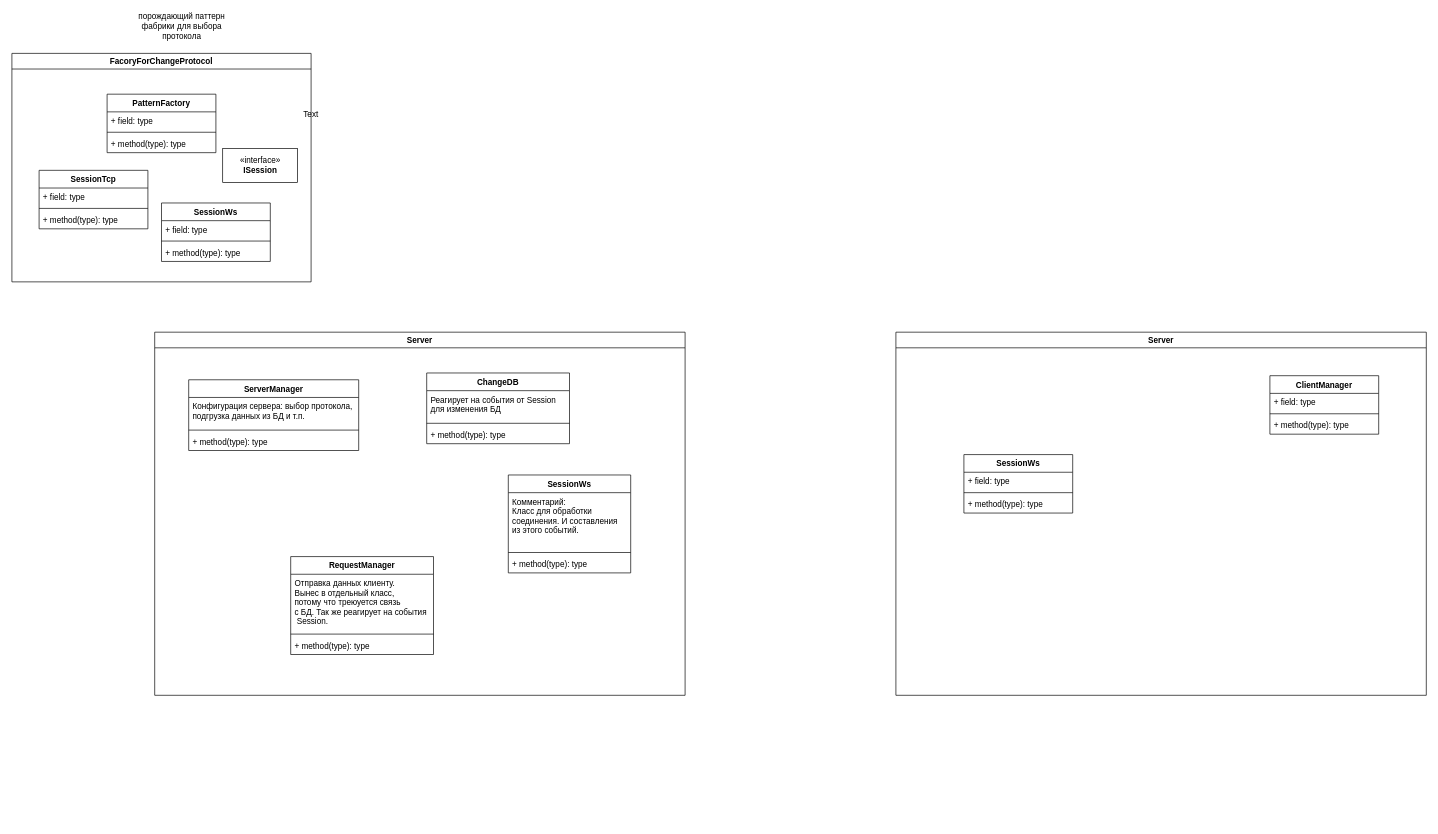
The draw.io diagram HelpData/DiagramOfClasses.drawio in Falet/ChatApplication, before the edit. Source tidied: cells renumbered, new cells numbered last; positions are measured from the earlier drawing's top-left corner, leaving out a move shared by most shapes. Both pictures are drawn from the tidied source at 68%, with x=0, y=0 at pixel (12, 19).
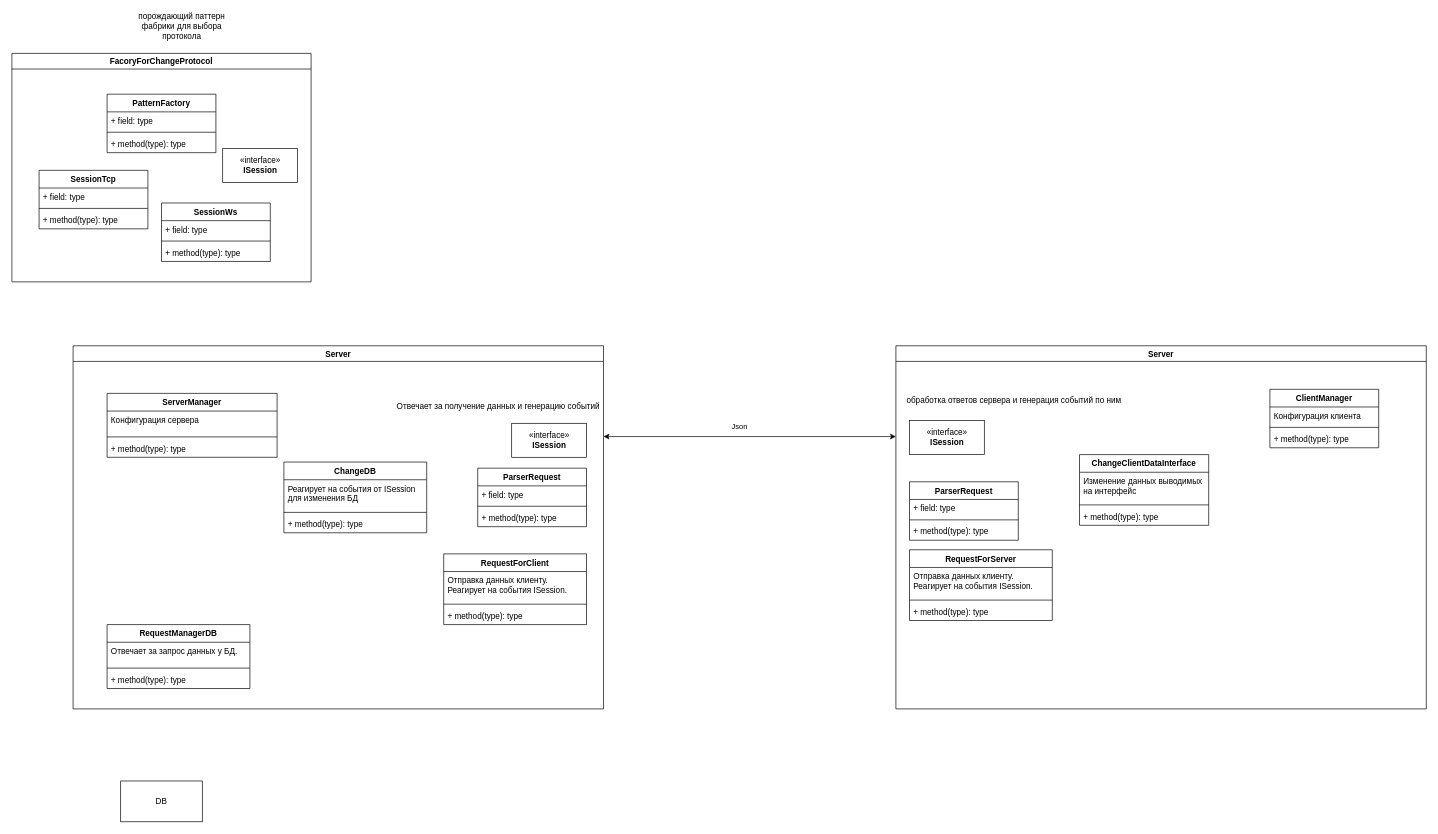
After the change.

The change refers to these unchanged cells:
```xml
<mxCell id="34" value="ClientManager" style="swimlane;fontStyle=1;align=center;verticalAlign=top;horizontal=1;startSize=26;" parent="33" vertex="1">
  <mxGeometry x="550" y="64" width="160" height="86" as="geometry" />
</mxCell>
```

What changed in the source:
```diff
@@
     <mxCell id="2" value="Server" style="swimlane;" parent="1" vertex="1">
-      <mxGeometry x="210" y="460" width="780" height="534" as="geometry" />
+      <mxGeometry x="90" y="480" width="780" height="534" as="geometry" />
     </mxCell>
+    <mxCell id="7" value="ServerManager" style="swimlane;fontStyle=1;align=center;verticalAlign=top;horizontal=1;startSize=26;" parent="2" vertex="1">
+      <mxGeometry x="50" y="70" width="250" height="94" as="geometry" />
+    </mxCell>
+    <mxCell id="8" value="Конфигурация сервера" style="text;strokeColor=none;fillColor=none;align=left;verticalAlign=top;spacingLeft=4;spacingRight=4;overflow=hidden;" parent="7" vertex="1">
+      <mxGeometry y="26" width="250" height="34" as="geometry" />
+    </mxCell>
+    <mxCell id="9" style="line;strokeWidth=1;fillColor=none;align=left;verticalAlign=middle;spacingTop=-1;spacingLeft=3;spacingRight=3;labelPosition=right;" parent="7" vertex="1">
+      <mxGeometry y="60" width="250" height="8" as="geometry" />
+    </mxCell>
+    <mxCell id="10" value="+ method(type): type" style="text;strokeColor=none;fillColor=none;align=left;verticalAlign=top;spacingLeft=4;spacingRight=4;overflow=hidden;" parent="7" vertex="1">
+      <mxGeometry y="68" width="250" height="26" as="geometry" />
+    </mxCell>
+    <mxCell id="44" value="«interface»&lt;br&gt;&lt;b&gt;ISession&lt;/b&gt;" style="html=1;" parent="2" vertex="1">
+      <mxGeometry x="645" y="114" width="110" height="50" as="geometry" />
+    </mxCell>
     <mxCell id="3" value="ChangeDB" style="swimlane;fontStyle=1;align=center;verticalAlign=top;horizontal=1;startSize=26;" parent="2" vertex="1">
-      <mxGeometry x="400" y="60" width="210" height="104" as="geometry" />
+      <mxGeometry x="310" y="171" width="210" height="104" as="geometry" />
     </mxCell>
-    <mxCell id="4" value="Реагирует на события от Session&#10;для изменения БД" style="text;strokeColor=none;fillColor=none;align=left;verticalAlign=top;spacingLeft=4;spacingRight=4;overflow=hidden;" parent="3" vertex="1">
+    <mxCell id="4" value="Реагирует на события от ISession&#10;для изменения БД" style="text;strokeColor=none;fillColor=none;align=left;verticalAlign=top;spacingLeft=4;spacingRight=4;overflow=hidden;" parent="3" vertex="1">
       <mxGeometry y="26" width="210" height="44" as="geometry" />
     </mxCell>
@@
-    <mxCell id="7" value="ServerManager" style="swimlane;fontStyle=1;align=center;verticalAlign=top;horizontal=1;startSize=26;" parent="2" vertex="1">
-      <mxGeometry x="50" y="70" width="250" height="104" as="geometry" />
-    </mxCell>
-    <mxCell id="8" value="Конфигурация сервера: выбор протокола,&#10;подгрузка данных из БД и т.п." style="text;strokeColor=none;fillColor=none;align=left;verticalAlign=top;spacingLeft=4;spacingRight=4;overflow=hidden;" parent="7" vertex="1">
-      <mxGeometry y="26" width="250" height="44" as="geometry" />
-    </mxCell>
-    <mxCell id="9" style="line;strokeWidth=1;fillColor=none;align=left;verticalAlign=middle;spacingTop=-1;spacingLeft=3;spacingRight=3;labelPosition=right;" parent="7" vertex="1">
-      <mxGeometry y="70" width="250" height="8" as="geometry" />
-    </mxCell>
-    <mxCell id="10" value="+ method(type): type" style="text;strokeColor=none;fillColor=none;align=left;verticalAlign=top;spacingLeft=4;spacingRight=4;overflow=hidden;" parent="7" vertex="1">
-      <mxGeometry y="78" width="250" height="26" as="geometry" />
-    </mxCell>
-    <mxCell id="11" value="SessionWs" style="swimlane;fontStyle=1;align=center;verticalAlign=top;horizontal=1;startSize=26;" parent="2" vertex="1">
-      <mxGeometry x="520" y="210" width="180" height="144" as="geometry" />
-    </mxCell>
-    <mxCell id="12" value="Комментарий:&#10;Класс для обработки &#10;соединения. И составления&#10;из этого событий." style="text;strokeColor=none;fillColor=none;align=left;verticalAlign=top;spacingLeft=4;spacingRight=4;overflow=hidden;" parent="11" vertex="1">
-      <mxGeometry y="26" width="180" height="84" as="geometry" />
-    </mxCell>
-    <mxCell id="13" style="line;strokeWidth=1;fillColor=none;align=left;verticalAlign=middle;spacingTop=-1;spacingLeft=3;spacingRight=3;labelPosition=right;" parent="11" vertex="1">
-      <mxGeometry y="110" width="180" height="8" as="geometry" />
-    </mxCell>
-    <mxCell id="14" value="+ method(type): type" style="text;strokeColor=none;fillColor=none;align=left;verticalAlign=top;spacingLeft=4;spacingRight=4;overflow=hidden;" parent="11" vertex="1">
-      <mxGeometry y="118" width="180" height="26" as="geometry" />
-    </mxCell>
+    <mxCell id="45" value="ParserRequest" style="swimlane;fontStyle=1;align=center;verticalAlign=top;horizontal=1;startSize=26;" parent="2" vertex="1">
+      <mxGeometry x="595" y="180" width="160" height="86" as="geometry" />
+    </mxCell>
+    <mxCell id="46" value="+ field: type" style="text;strokeColor=none;fillColor=none;align=left;verticalAlign=top;spacingLeft=4;spacingRight=4;overflow=hidden;" parent="45" vertex="1">
+      <mxGeometry y="26" width="160" height="26" as="geometry" />
+    </mxCell>
+    <mxCell id="47" style="line;strokeWidth=1;fillColor=none;align=left;verticalAlign=middle;spacingTop=-1;spacingLeft=3;spacingRight=3;labelPosition=right;" parent="45" vertex="1">
+      <mxGeometry y="52" width="160" height="8" as="geometry" />
+    </mxCell>
+    <mxCell id="48" value="+ method(type): type" style="text;strokeColor=none;fillColor=none;align=left;verticalAlign=top;spacingLeft=4;spacingRight=4;overflow=hidden;" parent="45" vertex="1">
+      <mxGeometry y="60" width="160" height="26" as="geometry" />
+    </mxCell>
+    <mxCell id="49" value="RequestForClient" style="swimlane;fontStyle=1;align=center;verticalAlign=top;horizontal=1;startSize=26;" parent="2" vertex="1">
+      <mxGeometry x="545" y="306" width="210" height="104" as="geometry" />
+    </mxCell>
+    <mxCell id="50" value="Отправка данных клиенту. &#10;Реагирует на события ISession." style="text;strokeColor=none;fillColor=none;align=left;verticalAlign=top;spacingLeft=4;spacingRight=4;overflow=hidden;" parent="49" vertex="1">
+      <mxGeometry y="26" width="210" height="44" as="geometry" />
+    </mxCell>
+    <mxCell id="51" style="line;strokeWidth=1;fillColor=none;align=left;verticalAlign=middle;spacingTop=-1;spacingLeft=3;spacingRight=3;labelPosition=right;" parent="49" vertex="1">
+      <mxGeometry y="70" width="210" height="8" as="geometry" />
+    </mxCell>
+    <mxCell id="52" value="+ method(type): type" style="text;strokeColor=none;fillColor=none;align=left;verticalAlign=top;spacingLeft=4;spacingRight=4;overflow=hidden;" parent="49" vertex="1">
+      <mxGeometry y="78" width="210" height="26" as="geometry" />
+    </mxCell>
-    <mxCell id="15" value="RequestManager" style="swimlane;fontStyle=1;align=center;verticalAlign=top;horizontal=1;startSize=26;" parent="2" vertex="1">
-      <mxGeometry x="200" y="330" width="210" height="144" as="geometry" />
+    <mxCell id="15" value="RequestManagerDB" style="swimlane;fontStyle=1;align=center;verticalAlign=top;horizontal=1;startSize=26;" parent="2" vertex="1">
+      <mxGeometry x="50" y="410" width="210" height="94" as="geometry" />
     </mxCell>
-    <mxCell id="16" value="Отправка данных клиенту.&#10;Вынес в отдельный класс, &#10;потому что треюуется связь &#10;с БД. Так же реагирует на события&#10; Session." style="text;strokeColor=none;fillColor=none;align=left;verticalAlign=top;spacingLeft=4;spacingRight=4;overflow=hidden;" parent="15" vertex="1">
-      <mxGeometry y="26" width="210" height="84" as="geometry" />
+    <mxCell id="16" value="Отвечает за запрос данных у БД." style="text;strokeColor=none;fillColor=none;align=left;verticalAlign=top;spacingLeft=4;spacingRight=4;overflow=hidden;" parent="15" vertex="1">
+      <mxGeometry y="26" width="210" height="34" as="geometry" />
     </mxCell>
     <mxCell id="17" style="line;strokeWidth=1;fillColor=none;align=left;verticalAlign=middle;spacingTop=-1;spacingLeft=3;spacingRight=3;labelPosition=right;" parent="15" vertex="1">
-      <mxGeometry y="110" width="210" height="8" as="geometry" />
+      <mxGeometry y="60" width="210" height="8" as="geometry" />
     </mxCell>
     <mxCell id="18" value="+ method(type): type" style="text;strokeColor=none;fillColor=none;align=left;verticalAlign=top;spacingLeft=4;spacingRight=4;overflow=hidden;" parent="15" vertex="1">
-      <mxGeometry y="118" width="210" height="26" as="geometry" />
+      <mxGeometry y="68" width="210" height="26" as="geometry" />
     </mxCell>
+    <mxCell id="53" value="Отвечает за получение данных и генерацию событий" style="text;html=1;align=center;verticalAlign=middle;" parent="2" vertex="1">
+      <mxGeometry x="470" y="80" width="310" height="20" as="geometry" />
+    </mxCell>
@@
     <mxCell id="33" value="Server" style="swimlane;" parent="1" vertex="1">
-      <mxGeometry x="1300" y="460" width="780" height="534" as="geometry" />
+      <mxGeometry x="1300" y="480" width="780" height="534" as="geometry" />
     </mxCell>
@@
-    <mxCell id="35" value="+ field: type" style="text;strokeColor=none;fillColor=none;align=left;verticalAlign=top;spacingLeft=4;spacingRight=4;overflow=hidden;" parent="34" vertex="1">
+    <mxCell id="35" value="Конфигурация клиента" style="text;strokeColor=none;fillColor=none;align=left;verticalAlign=top;spacingLeft=4;spacingRight=4;overflow=hidden;" parent="34" vertex="1">
       <mxGeometry y="26" width="160" height="26" as="geometry" />
     </mxCell>
@@
+    <mxCell id="54" value="«interface»&lt;br&gt;&lt;b&gt;ISession&lt;/b&gt;" style="html=1;" parent="33" vertex="1">
+      <mxGeometry x="20" y="110" width="110" height="50" as="geometry" />
+    </mxCell>
+    <mxCell id="55" value="обработка ответов сервера и генерация событий по ним&amp;nbsp;" style="text;html=1;align=center;verticalAlign=middle;" parent="33" vertex="1">
+      <mxGeometry x="10" y="70" width="330" height="20" as="geometry" />
+    </mxCell>
-    <mxCell id="38" value="SessionWs" style="swimlane;fontStyle=1;align=center;verticalAlign=top;horizontal=1;startSize=26;" parent="33" vertex="1">
-      <mxGeometry x="100" y="180" width="160" height="86" as="geometry" />
+    <mxCell id="38" value="ChangeClientDataInterface" style="swimlane;fontStyle=1;align=center;verticalAlign=top;horizontal=1;startSize=26;" parent="33" vertex="1">
+      <mxGeometry x="270" y="160" width="190" height="104" as="geometry" />
     </mxCell>
-    <mxCell id="39" value="+ field: type" style="text;strokeColor=none;fillColor=none;align=left;verticalAlign=top;spacingLeft=4;spacingRight=4;overflow=hidden;" parent="38" vertex="1">
-      <mxGeometry y="26" width="160" height="26" as="geometry" />
+    <mxCell id="39" value="Изменение данных выводимых &#10;на интерфейс" style="text;strokeColor=none;fillColor=none;align=left;verticalAlign=top;spacingLeft=4;spacingRight=4;overflow=hidden;" parent="38" vertex="1">
+      <mxGeometry y="26" width="190" height="44" as="geometry" />
     </mxCell>
     <mxCell id="40" style="line;strokeWidth=1;fillColor=none;align=left;verticalAlign=middle;spacingTop=-1;spacingLeft=3;spacingRight=3;labelPosition=right;" parent="38" vertex="1">
-      <mxGeometry y="52" width="160" height="8" as="geometry" />
+      <mxGeometry y="70" width="190" height="8" as="geometry" />
     </mxCell>
     <mxCell id="41" value="+ method(type): type" style="text;strokeColor=none;fillColor=none;align=left;verticalAlign=top;spacingLeft=4;spacingRight=4;overflow=hidden;" parent="38" vertex="1">
-      <mxGeometry y="60" width="160" height="26" as="geometry" />
+      <mxGeometry y="78" width="190" height="26" as="geometry" />
     </mxCell>
-    <mxCell id="42" value="Text" style="text;html=1;strokeColor=none;fillColor=none;align=center;verticalAlign=middle;whiteSpace=wrap;rounded=0;" parent="1" vertex="1">
-      <mxGeometry x="420" y="130" width="40" height="20" as="geometry" />
-    </mxCell>
+    <mxCell id="56" value="ParserRequest" style="swimlane;fontStyle=1;align=center;verticalAlign=top;horizontal=1;startSize=26;" parent="33" vertex="1">
+      <mxGeometry x="20" y="200" width="160" height="86" as="geometry" />
+    </mxCell>
+    <mxCell id="57" value="+ field: type" style="text;strokeColor=none;fillColor=none;align=left;verticalAlign=top;spacingLeft=4;spacingRight=4;overflow=hidden;" parent="56" vertex="1">
+      <mxGeometry y="26" width="160" height="26" as="geometry" />
+    </mxCell>
+    <mxCell id="58" style="line;strokeWidth=1;fillColor=none;align=left;verticalAlign=middle;spacingTop=-1;spacingLeft=3;spacingRight=3;labelPosition=right;" parent="56" vertex="1">
+      <mxGeometry y="52" width="160" height="8" as="geometry" />
+    </mxCell>
+    <mxCell id="59" value="+ method(type): type" style="text;strokeColor=none;fillColor=none;align=left;verticalAlign=top;spacingLeft=4;spacingRight=4;overflow=hidden;" parent="56" vertex="1">
+      <mxGeometry y="60" width="160" height="26" as="geometry" />
+    </mxCell>
+    <mxCell id="60" value="RequestForServer" style="swimlane;fontStyle=1;align=center;verticalAlign=top;horizontal=1;startSize=26;" parent="33" vertex="1">
+      <mxGeometry x="20" y="300" width="210" height="104" as="geometry" />
+    </mxCell>
+    <mxCell id="61" value="Отправка данных клиенту. &#10;Реагирует на события ISession." style="text;strokeColor=none;fillColor=none;align=left;verticalAlign=top;spacingLeft=4;spacingRight=4;overflow=hidden;" parent="60" vertex="1">
+      <mxGeometry y="26" width="210" height="44" as="geometry" />
+    </mxCell>
+    <mxCell id="62" style="line;strokeWidth=1;fillColor=none;align=left;verticalAlign=middle;spacingTop=-1;spacingLeft=3;spacingRight=3;labelPosition=right;" parent="60" vertex="1">
+      <mxGeometry y="70" width="210" height="8" as="geometry" />
+    </mxCell>
+    <mxCell id="63" value="+ method(type): type" style="text;strokeColor=none;fillColor=none;align=left;verticalAlign=top;spacingLeft=4;spacingRight=4;overflow=hidden;" parent="60" vertex="1">
+      <mxGeometry y="78" width="210" height="26" as="geometry" />
+    </mxCell>
@@
+    <mxCell id="64" value="DB" style="rounded=0;whiteSpace=wrap;html=1;" parent="1" vertex="1">
+      <mxGeometry x="160" y="1120" width="120" height="60" as="geometry" />
+    </mxCell>
+    <mxCell id="65" style="endArrow=classic;startArrow=classic;html=1;entryX=0;entryY=0.25;entryDx=0;entryDy=0;exitX=1;exitY=0.25;exitDx=0;exitDy=0;" parent="1" edge="1" source="2" target="33">
+      <mxGeometry relative="1" as="geometry" />
+    </mxCell>
+    <mxCell id="66" value="Json" style="edgeLabel;html=1;align=center;verticalAlign=middle;" parent="65" vertex="1">
+      <mxGeometry x="-0.12" y="1" relative="1" as="geometry">
+        <mxPoint x="10.2" y="-13.7" as="offset" />
+      </mxGeometry>
+    </mxCell>
```
